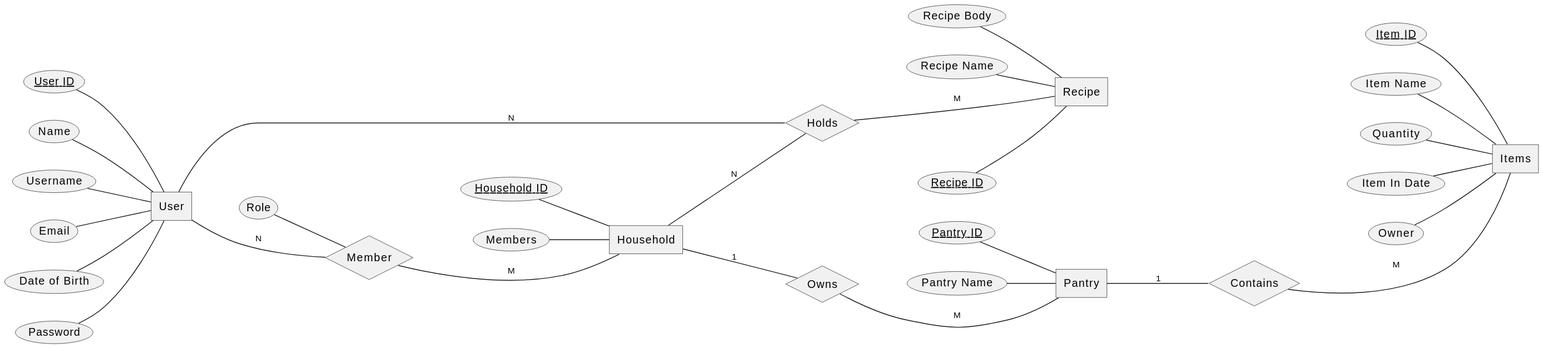
Earlier version of the PlantUML export docs/erd/diagram.svg (AryaShrestha05/kitchen_management_suite).
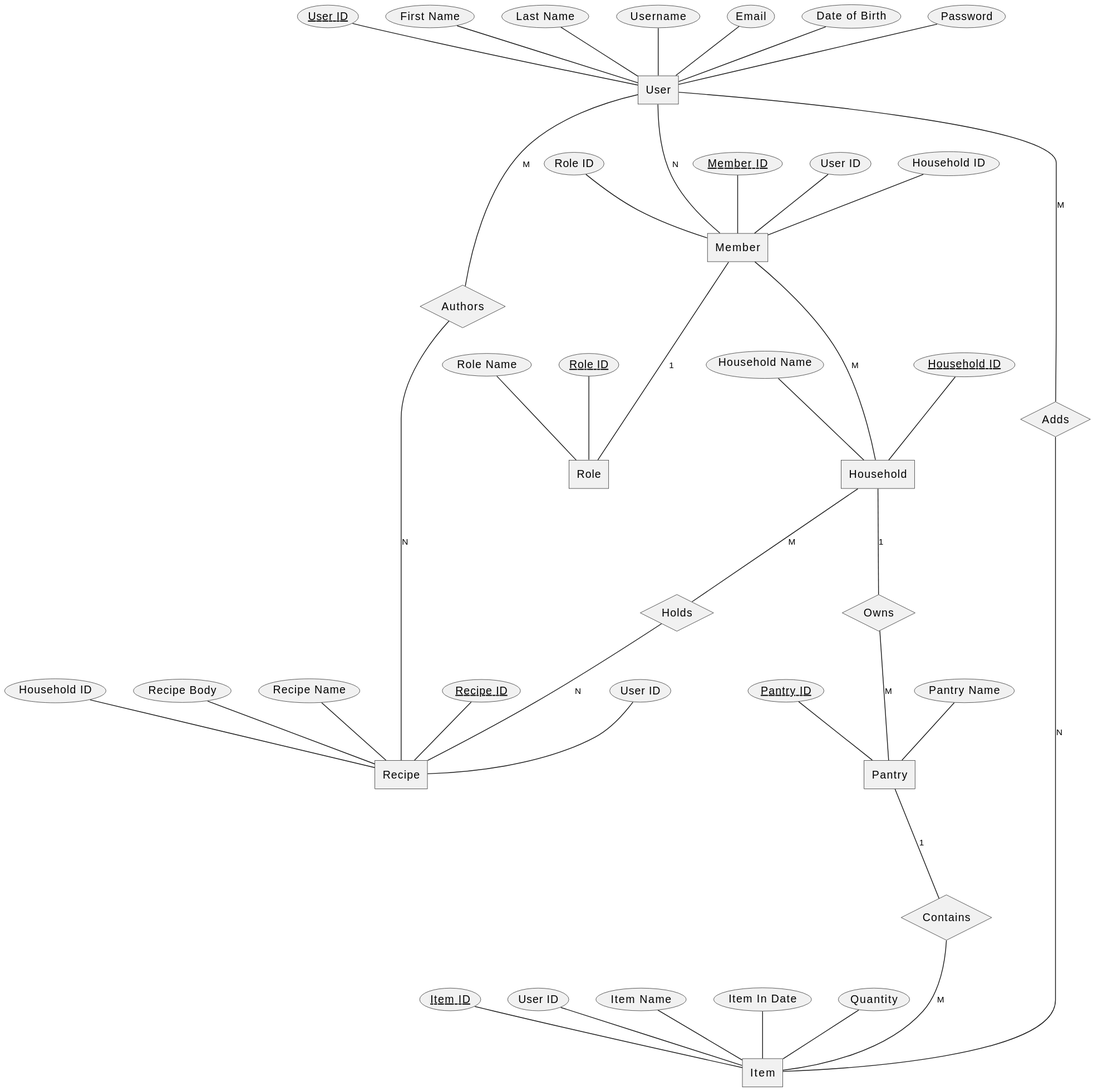
Later version of the same file.

Diff of the diagram source:
```diff
@@ -1,52 +1,86 @@
 @startchen
-left to right direction
 
 entity User {
     User ID <<key>>
-    Name
+    First Name
+    Last Name
     Username
     Email
     Date of Birth
     Password
 }
+
+entity Item {
+    Item ID <<key>>
+    User ID <<FK>>
+    Item Name
+    Item In Date
+    Quantity
+}
+
+entity Role {
+    Role ID <<key>>
+    Role Name
+}
+
 entity Household {
     Household ID <<key>>
-    Members
+    Household Name
 }
+
 entity Pantry {
     Pantry ID <<key>>
     Pantry Name
 }
-entity Items {
-    Item ID <<key>>
-    Item Name
-    Quantity
-    Item In Date
-    Owner
-}
-relationship Member {
-    Role
-}
+
 entity Recipe {
     Recipe ID <<key>>
+    User ID <<FK>>
+    Household ID <<FK>>
     Recipe Body
     Recipe Name
 }
+
+entity Member {
+    Member ID <<key>>
+    User ID <<FK>>
+    Household ID <<FK>>
+    Role ID <<FK>>
+}
+
 relationship Holds {
 }
+
 relationship Contains {
 }
+
 relationship Owns {
 }
+
+relationship Adds {
+}
+
+relationship Authors {
+}
+
+
 User -N- Member
 Member -M- Household
+
+Member -1- Role
+
 Household -1- Owns
 Owns -M- Pantry
 Pantry -1- Contains
-Contains -M- Items
+Contains -M- Item
 
-User -N- Holds
-Holds -M- Recipe
-Household -N- Holds
+User -M- Authors
+Authors -N- Recipe
+
+User -M- Adds
+Adds -N- Item
+
+Household -M- Holds
+Holds -N- Recipe
 
 @endchen
```
